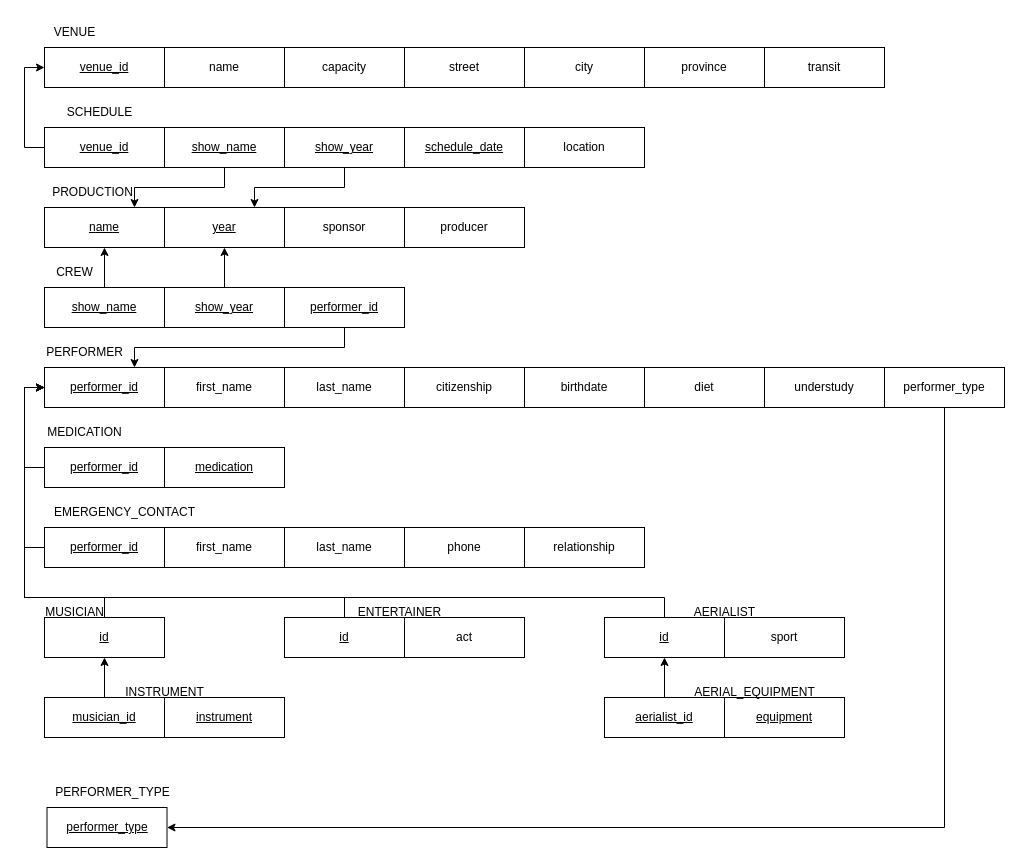
The draw.io diagram Relationship_Diagram.drawio in CA-Proc/ENSF608-Project, before the edit. Source tidied: cells renumbered, new cells numbered last; positions are measured from the earlier drawing's top-left corner, leaving out a move shared by most shapes. Both pictures are drawn from the tidied source at 100%, with x=0, y=0 at pixel (24, 17).
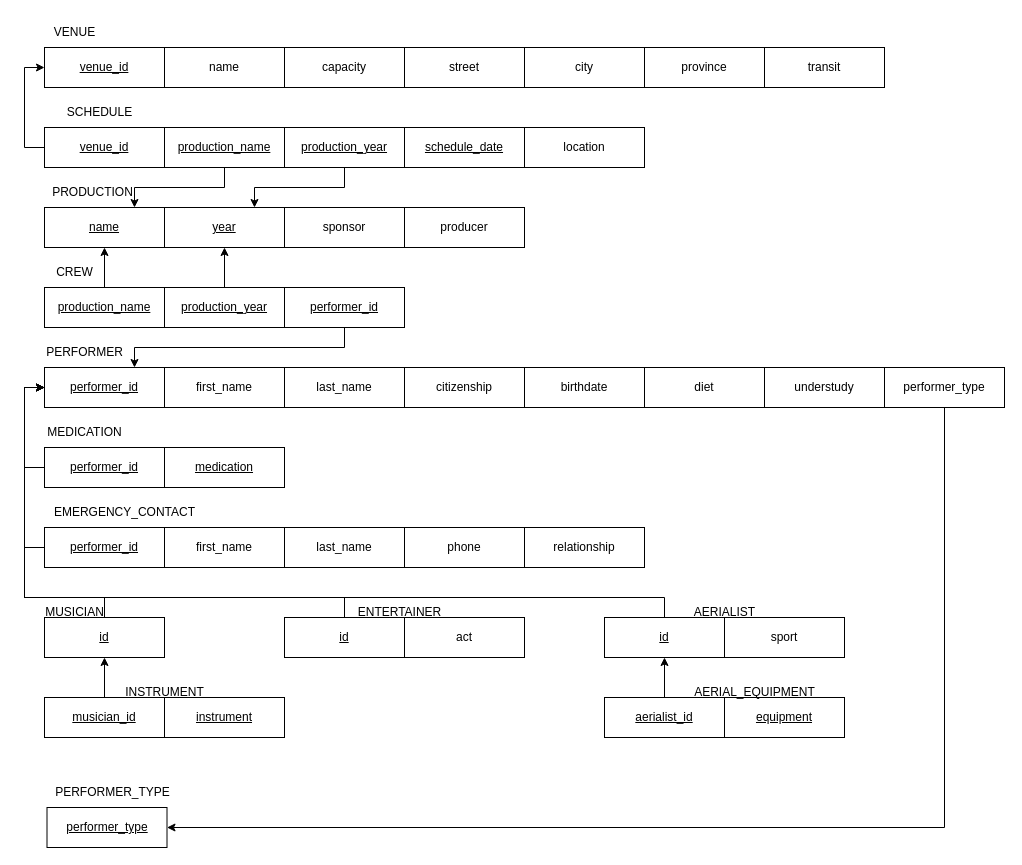
After the change.

Diff of the diagram source:
```diff
@@
-    <mxCell id="34" value="&lt;u&gt;show_name&lt;/u&gt;" style="rounded=0;whiteSpace=wrap;html=1;" parent="1" vertex="1">
+    <mxCell id="34" value="&lt;u&gt;production_name&lt;/u&gt;" style="rounded=0;whiteSpace=wrap;html=1;" parent="1" vertex="1">
       <mxGeometry x="140" y="110" width="120" height="40" as="geometry" />
     </mxCell>
@@
-    <mxCell id="36" value="&lt;u&gt;show_year&lt;/u&gt;" style="rounded=0;whiteSpace=wrap;html=1;" parent="1" vertex="1">
+    <mxCell id="36" value="&lt;u&gt;production_year&lt;/u&gt;" style="rounded=0;whiteSpace=wrap;html=1;" parent="1" vertex="1">
       <mxGeometry x="260" y="110" width="120" height="40" as="geometry" />
     </mxCell>
@@
-    <mxCell id="65" value="&lt;u&gt;show_name&lt;/u&gt;" style="rounded=0;whiteSpace=wrap;html=1;" parent="1" vertex="1">
+    <mxCell id="65" value="&lt;u&gt;production_name&lt;/u&gt;" style="rounded=0;whiteSpace=wrap;html=1;" parent="1" vertex="1">
       <mxGeometry x="20" y="270" width="120" height="40" as="geometry" />
     </mxCell>
@@
-    <mxCell id="67" value="&lt;u&gt;show_year&lt;/u&gt;" style="rounded=0;whiteSpace=wrap;html=1;" parent="1" vertex="1">
+    <mxCell id="67" value="&lt;u&gt;production_year&lt;/u&gt;" style="rounded=0;whiteSpace=wrap;html=1;" parent="1" vertex="1">
       <mxGeometry x="140" y="270" width="120" height="40" as="geometry" />
     </mxCell>
```
